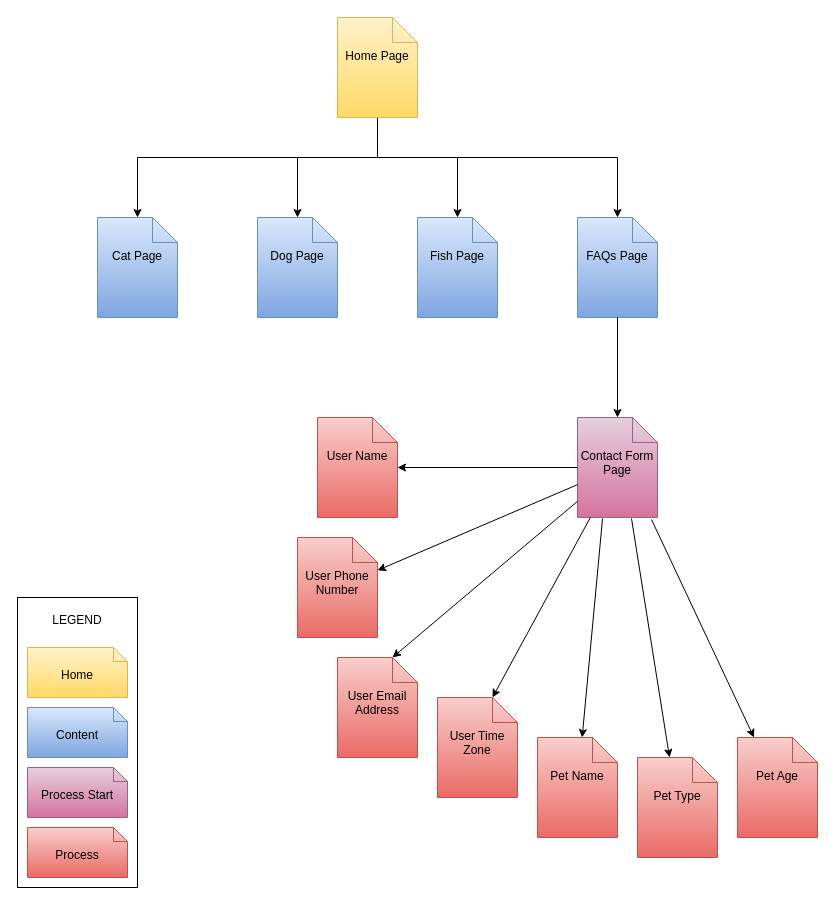
Above: sitemap.drawio in airbaggrenade/WGU-D284 (draw.io), before the change. Source tidied: cells renumbered, new cells numbered last; positions are measured from the earlier drawing's top-left corner, leaving out a move shared by most shapes. Both pictures are drawn from the tidied source at 100%, with x=0, y=0 at pixel (17, 17).
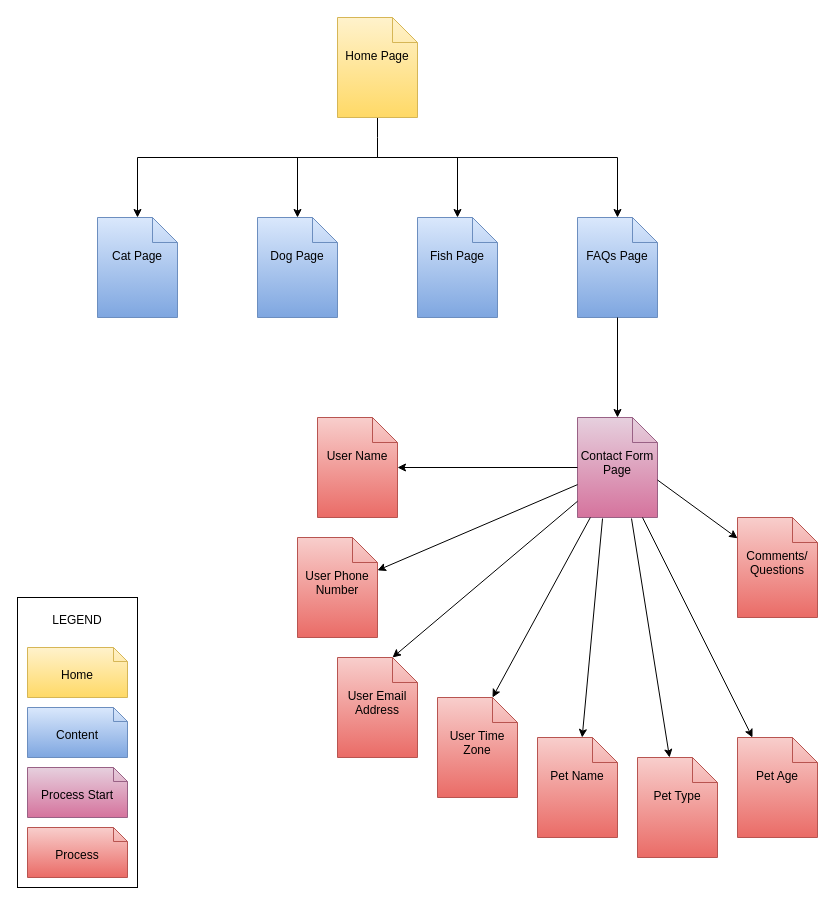
Above is the later version.

Unchanged cells that the change refers to:
```xml
<mxCell id="13" value="&lt;font color=&quot;#000000&quot;&gt;Contact Form Page&lt;/font&gt;" style="shape=note2;boundedLbl=1;whiteSpace=wrap;html=1;size=25;verticalAlign=top;align=center;gradientColor=#d5739d;fillColor=#e6d0de;strokeColor=#996185;" parent="1" vertex="1">
  <mxGeometry x="560" y="400" width="80" height="100" as="geometry" />
</mxCell>
<mxCell id="32" value="&lt;font color=&quot;#000000&quot;&gt;Pet Age&lt;br&gt;&lt;/font&gt;" style="shape=note2;boundedLbl=1;whiteSpace=wrap;html=1;size=25;verticalAlign=top;align=center;gradientColor=#ea6b66;fillColor=#f8cecc;strokeColor=#b85450;" parent="1" vertex="1">
  <mxGeometry x="720" y="720" width="80" height="100" as="geometry" />
</mxCell>
```

What changed in the source:
```diff
@@
-    <mxCell id="31" style="edgeStyle=none;rounded=0;jettySize=auto;html=1;entryX=0.925;entryY=1.02;entryDx=0;entryDy=0;entryPerimeter=0;startArrow=classic;startFill=1;endArrow=none;endFill=0;" parent="1" edge="1" source="32" target="13">
+    <mxCell id="31" style="edgeStyle=none;rounded=0;jettySize=auto;html=1;startArrow=classic;startFill=1;endArrow=none;endFill=0;" parent="1" edge="1" source="32" target="13">
       <mxGeometry relative="1" as="geometry" />
     </mxCell>
@@
+    <mxCell id="33" value="&lt;div&gt;Comments/&lt;/div&gt;&lt;div&gt;Questions&lt;br&gt;&lt;/div&gt;" style="shape=note2;boundedLbl=1;whiteSpace=wrap;html=1;size=25;verticalAlign=top;align=center;gradientColor=#ea6b66;fillColor=#f8cecc;strokeColor=#b85450;" parent="1" vertex="1">
+      <mxGeometry x="720" y="500" width="80" height="100" as="geometry" />
+    </mxCell>
+    <mxCell id="34" style="endArrow=classic;html=1;rounded=0;exitX=0;exitY=0;exitDx=80;exitDy=62.5;exitPerimeter=0;" parent="1" edge="1" source="13" target="33">
+      <mxGeometry relative="1" as="geometry" />
+    </mxCell>
```
